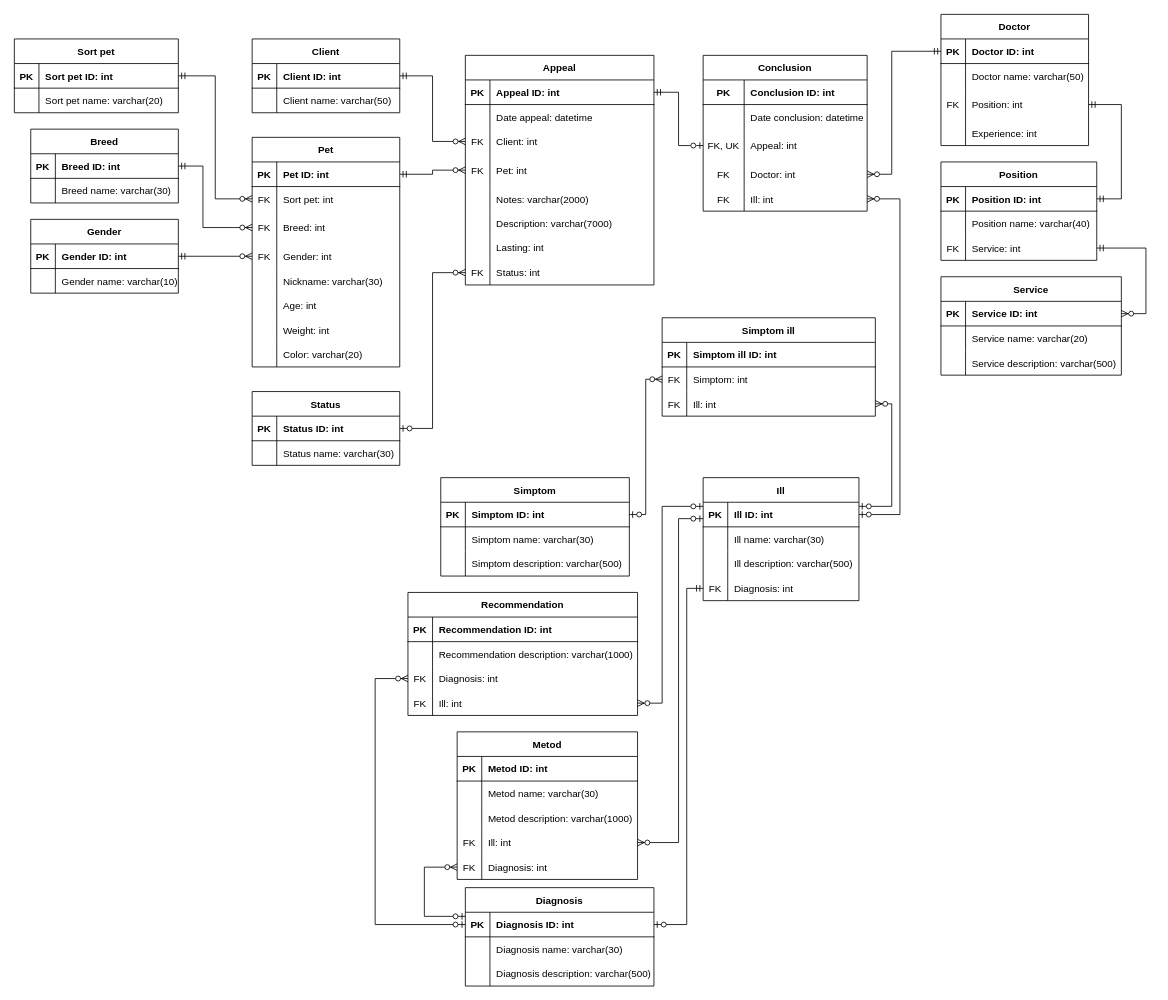
The draw.io diagram Diagram/ER.drawio in iluxa678/newsait, before the edit. Source tidied: cells renumbered, new cells numbered last; positions are measured from the earlier drawing's top-left corner, leaving out a move shared by most shapes. Both pictures are drawn from the tidied source at 82%, with x=0, y=0 at pixel (14, 14).
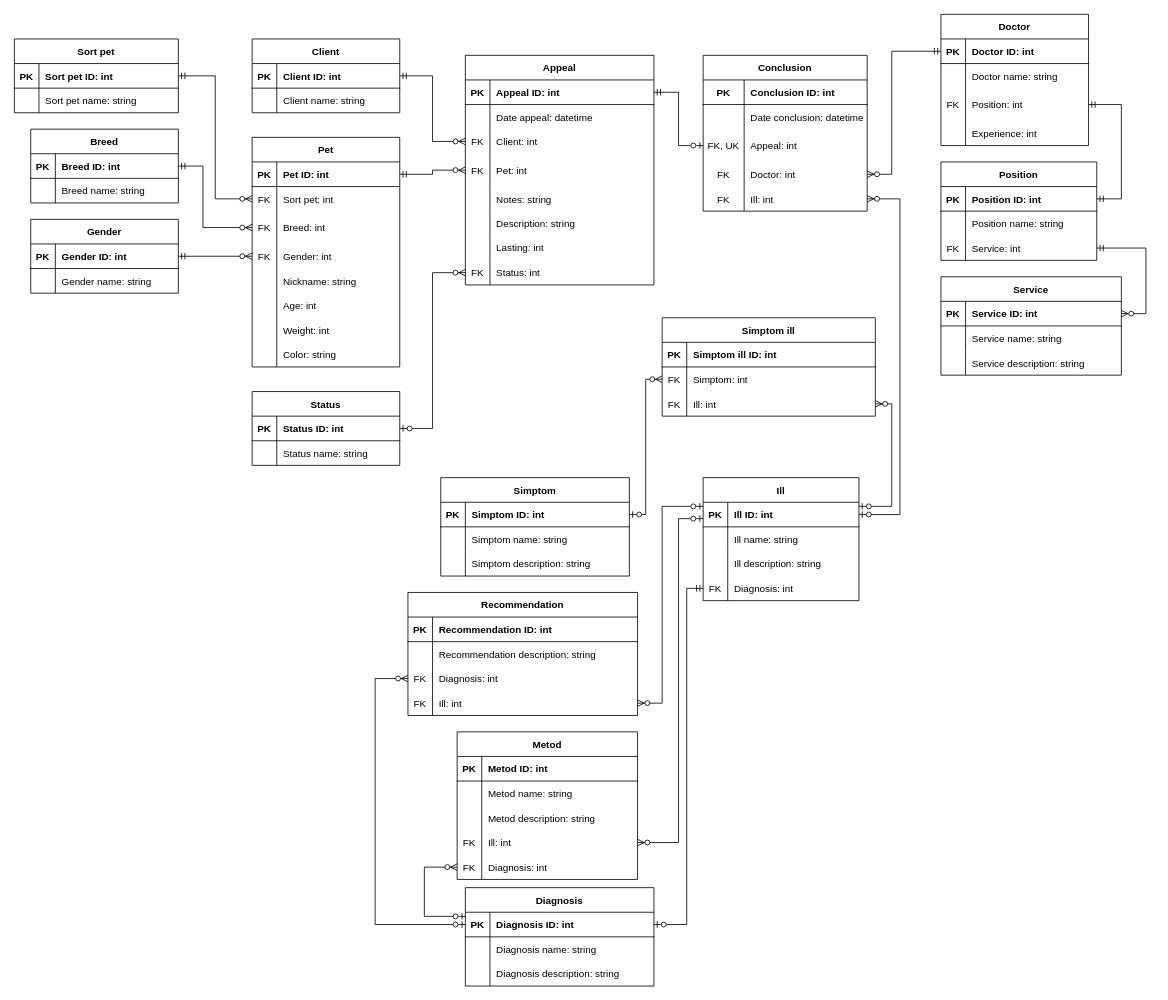
After the change.

The change refers to these unchanged cells:
```xml
<mxCell id="15" style="shape=partialRectangle;fillColor=none;top=0;left=0;bottom=0;right=0;" parent="2" vertex="1">
  <mxGeometry y="160" width="230" height="30" as="geometry" />
</mxCell>
<mxCell id="18" style="shape=partialRectangle;fillColor=none;top=0;left=0;bottom=0;right=0;" parent="2" vertex="1">
  <mxGeometry y="190" width="230" height="30" as="geometry" />
</mxCell>
<mxCell id="48" style="shape=partialRectangle;fillColor=none;top=0;left=0;bottom=0;right=0;" parent="44" vertex="1">
  <mxGeometry y="60" width="180" height="30" as="geometry" />
</mxCell>
<mxCell id="63" style="shape=partialRectangle;fillColor=none;top=0;left=0;bottom=0;right=0;" parent="59" vertex="1">
  <mxGeometry y="60" width="180" height="30" as="geometry" />
</mxCell>
<mxCell id="79" style="shape=partialRectangle;fillColor=none;top=0;left=0;bottom=0;right=0;" parent="66" vertex="1">
  <mxGeometry y="160" width="180" height="30" as="geometry" />
</mxCell>
<mxCell id="88" style="shape=partialRectangle;fillColor=none;top=0;left=0;bottom=0;right=0;" parent="66" vertex="1">
  <mxGeometry y="250" width="180" height="30" as="geometry" />
</mxCell>
<mxCell id="96" style="shape=partialRectangle;fillColor=none;top=0;left=0;bottom=0;right=0;" parent="92" vertex="1">
  <mxGeometry y="60" width="180" height="30" as="geometry" />
</mxCell>
<mxCell id="104" style="shape=partialRectangle;fillColor=none;top=0;left=0;bottom=0;right=0;" parent="100" vertex="1">
  <mxGeometry y="60" width="200" height="30" as="geometry" />
</mxCell>
<mxCell id="111" style="shape=partialRectangle;fillColor=none;top=0;left=0;bottom=0;right=0;" parent="107" vertex="1">
  <mxGeometry y="60" width="180" height="30" as="geometry" />
</mxCell>
<mxCell id="118" style="shape=partialRectangle;fillColor=none;top=0;left=0;bottom=0;right=0;" parent="114" vertex="1">
  <mxGeometry y="60" width="180" height="30" as="geometry" />
</mxCell>
<mxCell id="128" style="shape=partialRectangle;fillColor=none;top=0;left=0;bottom=0;right=0;" parent="124" vertex="1">
  <mxGeometry y="60" width="190" height="30" as="geometry" />
</mxCell>
<mxCell id="139" style="shape=partialRectangle;fillColor=none;top=0;left=0;bottom=0;right=0;" parent="135" vertex="1">
  <mxGeometry y="60" width="220" height="30" as="geometry" />
</mxCell>
<mxCell id="142" style="shape=partialRectangle;fillColor=none;top=0;left=0;bottom=0;right=0;" parent="135" vertex="1">
  <mxGeometry y="90" width="220" height="30" as="geometry" />
</mxCell>
<mxCell id="150" style="shape=partialRectangle;fillColor=none;top=0;left=0;bottom=0;right=0;" parent="146" vertex="1">
  <mxGeometry y="60" width="190" height="30" as="geometry" />
</mxCell>
<mxCell id="153" style="shape=partialRectangle;fillColor=none;top=0;left=0;bottom=0;right=0;" parent="146" vertex="1">
  <mxGeometry y="90" width="190" height="30" as="geometry" />
</mxCell>
<mxCell id="163" style="shape=partialRectangle;fillColor=none;top=0;left=0;bottom=0;right=0;" parent="159" vertex="1">
  <mxGeometry y="60" width="280" height="30" as="geometry" />
</mxCell>
<mxCell id="176" style="shape=partialRectangle;fillColor=none;top=0;left=0;bottom=0;right=0;" parent="172" vertex="1">
  <mxGeometry y="60" width="220" height="30" as="geometry" />
</mxCell>
<mxCell id="179" style="shape=partialRectangle;fillColor=none;top=0;left=0;bottom=0;right=0;" parent="172" vertex="1">
  <mxGeometry y="90" width="220" height="30" as="geometry" />
</mxCell>
<mxCell id="192" style="shape=partialRectangle;fillColor=none;top=0;left=0;bottom=0;right=0;" parent="188" vertex="1">
  <mxGeometry y="60" width="230" height="30" as="geometry" />
</mxCell>
<mxCell id="195" style="shape=partialRectangle;fillColor=none;top=0;left=0;bottom=0;right=0;" parent="188" vertex="1">
  <mxGeometry y="90" width="230" height="30" as="geometry" />
</mxCell>
<mxCell id="205" style="shape=partialRectangle;fillColor=none;top=0;left=0;bottom=0;right=0;" parent="201" vertex="1">
  <mxGeometry y="60" width="230" height="30" as="geometry" />
</mxCell>
<mxCell id="208" style="shape=partialRectangle;fillColor=none;top=0;left=0;bottom=0;right=0;" parent="201" vertex="1">
  <mxGeometry y="90" width="230" height="30" as="geometry" />
</mxCell>
```

Change to the diagram source:
```diff
@@
-    <mxCell id="17" value="Notes: varchar(2000)" style="shape=partialRectangle;fillColor=none;top=0;left=0;bottom=0;right=0;align=left;spacingLeft=6;overflow=hidden;" parent="15" vertex="1">
+    <mxCell id="17" value="Notes: string" style="shape=partialRectangle;fillColor=none;top=0;left=0;bottom=0;right=0;align=left;spacingLeft=6;overflow=hidden;" parent="15" vertex="1">
       <mxGeometry x="30" width="200" height="30" as="geometry" />
     </mxCell>
@@
-    <mxCell id="20" value="Description: varchar(7000)" style="shape=partialRectangle;fillColor=none;top=0;left=0;bottom=0;right=0;align=left;spacingLeft=6;overflow=hidden;" parent="18" vertex="1">
+    <mxCell id="20" value="Description: string" style="shape=partialRectangle;fillColor=none;top=0;left=0;bottom=0;right=0;align=left;spacingLeft=6;overflow=hidden;" parent="18" vertex="1">
       <mxGeometry x="30" width="200" height="30" as="geometry" />
     </mxCell>
@@
-    <mxCell id="50" value="Doctor name: varchar(50)" style="shape=partialRectangle;fillColor=none;top=0;left=0;bottom=0;right=0;align=left;spacingLeft=6;overflow=hidden;" parent="48" vertex="1">
+    <mxCell id="50" value="Doctor name: string" style="shape=partialRectangle;fillColor=none;top=0;left=0;bottom=0;right=0;align=left;spacingLeft=6;overflow=hidden;" parent="48" vertex="1">
       <mxGeometry x="30" width="150" height="30" as="geometry" />
     </mxCell>
@@
-    <mxCell id="65" value="Client name: varchar(50)" style="shape=partialRectangle;fillColor=none;top=0;left=0;bottom=0;right=0;align=left;spacingLeft=6;overflow=hidden;" parent="63" vertex="1">
+    <mxCell id="65" value="Client name: string" style="shape=partialRectangle;fillColor=none;top=0;left=0;bottom=0;right=0;align=left;spacingLeft=6;overflow=hidden;" parent="63" vertex="1">
       <mxGeometry x="30" width="150" height="30" as="geometry" />
     </mxCell>
@@
-    <mxCell id="81" value="Nickname: varchar(30)" style="shape=partialRectangle;fillColor=none;top=0;left=0;bottom=0;right=0;align=left;spacingLeft=6;overflow=hidden;" parent="79" vertex="1">
+    <mxCell id="81" value="Nickname: string" style="shape=partialRectangle;fillColor=none;top=0;left=0;bottom=0;right=0;align=left;spacingLeft=6;overflow=hidden;" parent="79" vertex="1">
       <mxGeometry x="30" width="150" height="30" as="geometry" />
     </mxCell>
@@
-    <mxCell id="90" value="Color: varchar(20)" style="shape=partialRectangle;fillColor=none;top=0;left=0;bottom=0;right=0;align=left;spacingLeft=6;overflow=hidden;" parent="88" vertex="1">
+    <mxCell id="90" value="Color: string" style="shape=partialRectangle;fillColor=none;top=0;left=0;bottom=0;right=0;align=left;spacingLeft=6;overflow=hidden;" parent="88" vertex="1">
       <mxGeometry x="30" width="150" height="30" as="geometry" />
     </mxCell>
@@
-    <mxCell id="98" value="Status name: varchar(30)" style="shape=partialRectangle;fillColor=none;top=0;left=0;bottom=0;right=0;align=left;spacingLeft=6;overflow=hidden;" parent="96" vertex="1">
+    <mxCell id="98" value="Status name: string" style="shape=partialRectangle;fillColor=none;top=0;left=0;bottom=0;right=0;align=left;spacingLeft=6;overflow=hidden;" parent="96" vertex="1">
       <mxGeometry x="30" width="150" height="30" as="geometry" />
     </mxCell>
@@
-    <mxCell id="106" value="Sort pet name: varchar(20)" style="shape=partialRectangle;fillColor=none;top=0;left=0;bottom=0;right=0;align=left;spacingLeft=6;overflow=hidden;" parent="104" vertex="1">
+    <mxCell id="106" value="Sort pet name: string" style="shape=partialRectangle;fillColor=none;top=0;left=0;bottom=0;right=0;align=left;spacingLeft=6;overflow=hidden;" parent="104" vertex="1">
       <mxGeometry x="30" width="170" height="30" as="geometry" />
     </mxCell>
@@
-    <mxCell id="113" value="Gender name: varchar(10)" style="shape=partialRectangle;fillColor=none;top=0;left=0;bottom=0;right=0;align=left;spacingLeft=6;overflow=hidden;" parent="111" vertex="1">
+    <mxCell id="113" value="Gender name: string" style="shape=partialRectangle;fillColor=none;top=0;left=0;bottom=0;right=0;align=left;spacingLeft=6;overflow=hidden;" parent="111" vertex="1">
       <mxGeometry x="30" width="150" height="30" as="geometry" />
     </mxCell>
@@
-    <mxCell id="120" value="Breed name: varchar(30)" style="shape=partialRectangle;fillColor=none;top=0;left=0;bottom=0;right=0;align=left;spacingLeft=6;overflow=hidden;" parent="118" vertex="1">
+    <mxCell id="120" value="Breed name: string" style="shape=partialRectangle;fillColor=none;top=0;left=0;bottom=0;right=0;align=left;spacingLeft=6;overflow=hidden;" parent="118" vertex="1">
       <mxGeometry x="30" width="150" height="30" as="geometry" />
     </mxCell>
@@
-    <mxCell id="130" value="Position name: varchar(40)" style="shape=partialRectangle;fillColor=none;top=0;left=0;bottom=0;right=0;align=left;spacingLeft=6;overflow=hidden;" parent="128" vertex="1">
+    <mxCell id="130" value="Position name: string" style="shape=partialRectangle;fillColor=none;top=0;left=0;bottom=0;right=0;align=left;spacingLeft=6;overflow=hidden;" parent="128" vertex="1">
       <mxGeometry x="30" width="160" height="30" as="geometry" />
     </mxCell>
@@
-    <mxCell id="141" value="Service name: varchar(20)" style="shape=partialRectangle;fillColor=none;top=0;left=0;bottom=0;right=0;align=left;spacingLeft=6;overflow=hidden;" parent="139" vertex="1">
+    <mxCell id="141" value="Service name: string" style="shape=partialRectangle;fillColor=none;top=0;left=0;bottom=0;right=0;align=left;spacingLeft=6;overflow=hidden;" parent="139" vertex="1">
       <mxGeometry x="30" width="190" height="30" as="geometry" />
     </mxCell>
@@
-    <mxCell id="144" value="Service description: varchar(500)" style="shape=partialRectangle;fillColor=none;top=0;left=0;bottom=0;right=0;align=left;spacingLeft=6;overflow=hidden;" parent="142" vertex="1">
+    <mxCell id="144" value="Service description: string" style="shape=partialRectangle;fillColor=none;top=0;left=0;bottom=0;right=0;align=left;spacingLeft=6;overflow=hidden;" parent="142" vertex="1">
       <mxGeometry x="30" width="190" height="30" as="geometry" />
     </mxCell>
@@
-    <mxCell id="152" value="Ill name: varchar(30)" style="shape=partialRectangle;fillColor=none;top=0;left=0;bottom=0;right=0;align=left;spacingLeft=6;overflow=hidden;" parent="150" vertex="1">
+    <mxCell id="152" value="Ill name: string" style="shape=partialRectangle;fillColor=none;top=0;left=0;bottom=0;right=0;align=left;spacingLeft=6;overflow=hidden;" parent="150" vertex="1">
       <mxGeometry x="30" width="160" height="30" as="geometry" />
     </mxCell>
@@
-    <mxCell id="155" value="Ill description: varchar(500)" style="shape=partialRectangle;fillColor=none;top=0;left=0;bottom=0;right=0;align=left;spacingLeft=6;overflow=hidden;" parent="153" vertex="1">
+    <mxCell id="155" value="Ill description: string" style="shape=partialRectangle;fillColor=none;top=0;left=0;bottom=0;right=0;align=left;spacingLeft=6;overflow=hidden;" parent="153" vertex="1">
       <mxGeometry x="30" width="160" height="30" as="geometry" />
     </mxCell>
@@
-    <mxCell id="165" value="Recommendation description: varchar(1000)" style="shape=partialRectangle;fillColor=none;top=0;left=0;bottom=0;right=0;align=left;spacingLeft=6;overflow=hidden;" parent="163" vertex="1">
+    <mxCell id="165" value="Recommendation description: string" style="shape=partialRectangle;fillColor=none;top=0;left=0;bottom=0;right=0;align=left;spacingLeft=6;overflow=hidden;" parent="163" vertex="1">
       <mxGeometry x="30" width="250" height="30" as="geometry" />
     </mxCell>
@@
-    <mxCell id="178" value="Metod name: varchar(30)" style="shape=partialRectangle;fillColor=none;top=0;left=0;bottom=0;right=0;align=left;spacingLeft=6;overflow=hidden;" parent="176" vertex="1">
+    <mxCell id="178" value="Metod name: string" style="shape=partialRectangle;fillColor=none;top=0;left=0;bottom=0;right=0;align=left;spacingLeft=6;overflow=hidden;" parent="176" vertex="1">
       <mxGeometry x="30" width="190" height="30" as="geometry" />
     </mxCell>
@@
-    <mxCell id="181" value="Metod description: varchar(1000)" style="shape=partialRectangle;fillColor=none;top=0;left=0;bottom=0;right=0;align=left;spacingLeft=6;overflow=hidden;" parent="179" vertex="1">
+    <mxCell id="181" value="Metod description: string" style="shape=partialRectangle;fillColor=none;top=0;left=0;bottom=0;right=0;align=left;spacingLeft=6;overflow=hidden;" parent="179" vertex="1">
       <mxGeometry x="30" width="190" height="30" as="geometry" />
     </mxCell>
@@
-    <mxCell id="194" value="Simptom name: varchar(30)" style="shape=partialRectangle;fillColor=none;top=0;left=0;bottom=0;right=0;align=left;spacingLeft=6;overflow=hidden;" parent="192" vertex="1">
+    <mxCell id="194" value="Simptom name: string" style="shape=partialRectangle;fillColor=none;top=0;left=0;bottom=0;right=0;align=left;spacingLeft=6;overflow=hidden;" parent="192" vertex="1">
       <mxGeometry x="30" width="200" height="30" as="geometry" />
     </mxCell>
@@
-    <mxCell id="197" value="Simptom description: varchar(500)" style="shape=partialRectangle;fillColor=none;top=0;left=0;bottom=0;right=0;align=left;spacingLeft=6;overflow=hidden;" parent="195" vertex="1">
+    <mxCell id="197" value="Simptom description: string" style="shape=partialRectangle;fillColor=none;top=0;left=0;bottom=0;right=0;align=left;spacingLeft=6;overflow=hidden;" parent="195" vertex="1">
       <mxGeometry x="30" width="200" height="30" as="geometry" />
     </mxCell>
@@
-    <mxCell id="207" value="Diagnosis name: varchar(30)" style="shape=partialRectangle;fillColor=none;top=0;left=0;bottom=0;right=0;align=left;spacingLeft=6;overflow=hidden;" parent="205" vertex="1">
+    <mxCell id="207" value="Diagnosis name: string" style="shape=partialRectangle;fillColor=none;top=0;left=0;bottom=0;right=0;align=left;spacingLeft=6;overflow=hidden;" parent="205" vertex="1">
       <mxGeometry x="30" width="200" height="30" as="geometry" />
     </mxCell>
@@
-    <mxCell id="210" value="Diagnosis description: varchar(500)" style="shape=partialRectangle;fillColor=none;top=0;left=0;bottom=0;right=0;align=left;spacingLeft=6;overflow=hidden;fontStyle=0;" parent="208" vertex="1">
+    <mxCell id="210" value="Diagnosis description: string" style="shape=partialRectangle;fillColor=none;top=0;left=0;bottom=0;right=0;align=left;spacingLeft=6;overflow=hidden;fontStyle=0;" parent="208" vertex="1">
       <mxGeometry x="30" width="200" height="30" as="geometry" />
     </mxCell>
```
